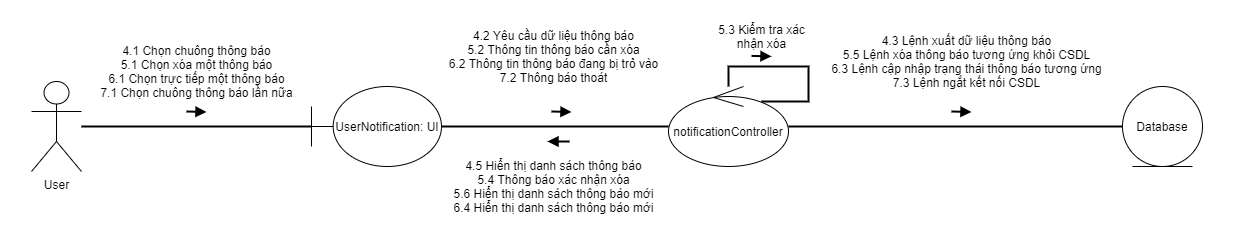
Before: ToDoApp-Doc/Document/Diagram/Collaboration Diagram/UserNotificationManagement/CollaborationDiagram_UserNotificationManagement.png, a diagram exported from draw.io (Merevoli-DatLuu/To-Do-App). Source tidied: cells renumbered, new cells last; positions are measured from the earlier drawing's top-left corner, leaving out a move shared by most shapes.
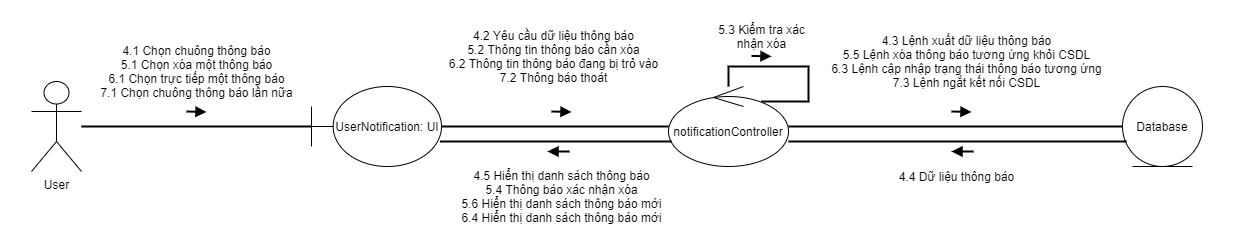
Later version of the same file.

Commit message:
[TODO-53]-[Modified]: UserNotificationManagement Collab Diagram

What changed in the source:
```diff
@@ -67,12 +67,12 @@
     </mxCell>
     <mxCell id="18" style="endArrow=none;html=1;startArrow=block;startFill=1;endFill=0;strokeWidth=2;rounded=0;" parent="1" edge="1">
       <mxGeometry relative="1" as="geometry">
-        <mxPoint x="546" y="140" as="sourcePoint" />
-        <mxPoint x="568" y="140" as="targetPoint" />
+        <mxPoint x="546" y="150" as="sourcePoint" />
+        <mxPoint x="568" y="150" as="targetPoint" />
       </mxGeometry>
     </mxCell>
     <mxCell id="19" value="4.5 Hiển thị danh sách thông báo&lt;br&gt;5.4 Thông báo xác nhận xóa&lt;br&gt;5.6 Hiển thị danh sách thông báo mới&lt;br&gt;6.4 Hiển thị danh sách thông báo mới" style="text;html=1;align=center;verticalAlign=middle;" parent="1" vertex="1">
-      <mxGeometry x="442" y="155" width="220" height="60" as="geometry" />
+      <mxGeometry x="450" y="165" width="220" height="60" as="geometry" />
     </mxCell>
     <mxCell id="20" style="endArrow=none;html=1;startArrow=block;startFill=1;endFill=0;strokeWidth=2;rounded=0;" parent="1" edge="1">
       <mxGeometry relative="1" as="geometry">
@@ -80,5 +80,30 @@
         <mxPoint x="750" y="54.4" as="targetPoint" />
       </mxGeometry>
     </mxCell>
+    <mxCell id="21" style="edgeStyle=orthogonalEdgeStyle;rounded=0;orthogonalLoop=1;jettySize=auto;html=1;startArrow=none;startFill=0;endArrow=none;endFill=0;strokeWidth=2;" parent="1" edge="1">
+      <mxGeometry relative="1" as="geometry">
+        <mxPoint x="438.5" y="140" as="sourcePoint" />
+        <mxPoint x="670" y="140" as="targetPoint" />
+        <Array as="points">
+          <mxPoint x="468.5" y="140" />
+          <mxPoint x="468.5" y="140" />
+        </Array>
+      </mxGeometry>
+    </mxCell>
+    <mxCell id="22" style="edgeStyle=orthogonalEdgeStyle;rounded=0;orthogonalLoop=1;jettySize=auto;html=1;startArrow=none;startFill=0;endArrow=none;endFill=0;strokeWidth=2;" parent="1" edge="1">
+      <mxGeometry relative="1" as="geometry">
+        <mxPoint x="787" y="140" as="sourcePoint" />
+        <mxPoint x="1125" y="140" as="targetPoint" />
+      </mxGeometry>
+    </mxCell>
+    <mxCell id="23" style="endArrow=none;html=1;startArrow=block;startFill=1;endFill=0;strokeWidth=2;rounded=0;" parent="1" edge="1">
+      <mxGeometry relative="1" as="geometry">
+        <mxPoint x="950" y="150" as="sourcePoint" />
+        <mxPoint x="972" y="150" as="targetPoint" />
+      </mxGeometry>
+    </mxCell>
+    <mxCell id="24" value="4.4 Dữ liệu thông báo" style="text;html=1;align=center;verticalAlign=middle;" parent="1" vertex="1">
+      <mxGeometry x="890" y="165" width="130" height="20" as="geometry" />
+    </mxCell>
   </root>
 </mxGraphModel>
```
